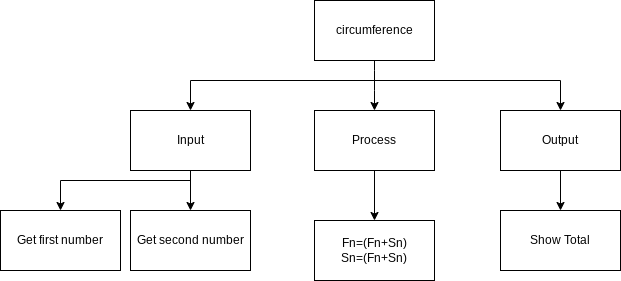
Before: design/top_down.png, a diagram exported from draw.io (Emmanuel-Fofeyin/ICS3U-Unit3-01-Python). Source tidied: cells renumbered, new cells last; positions are measured from the earlier drawing's top-left corner, leaving out a move shared by most shapes. Source of this version:
```xml
<mxGraphModel>
  <root>
    <mxCell id="0" />
    <mxCell id="1" parent="0" />
    <mxCell id="2" style="edgeStyle=none;html=1;entryX=0.5;entryY=0;entryDx=0;entryDy=0;" parent="1" edge="1" source="3" target="5">
      <mxGeometry relative="1" as="geometry">
        <Array as="points">
          <mxPoint x="374" y="80" />
        </Array>
      </mxGeometry>
    </mxCell>
    <mxCell id="3" value="circumference" style="rounded=0;whiteSpace=wrap;html=1;" parent="1" vertex="1">
      <mxGeometry x="314" width="120" height="60" as="geometry" />
    </mxCell>
    <mxCell id="4" style="edgeStyle=orthogonalEdgeStyle;rounded=0;html=1;entryX=0.5;entryY=0;entryDx=0;entryDy=0;" parent="1" edge="1" source="5" target="13">
      <mxGeometry relative="1" as="geometry" />
    </mxCell>
    <mxCell id="5" value="Process" style="rounded=0;whiteSpace=wrap;html=1;" parent="1" vertex="1">
      <mxGeometry x="314" y="110" width="120" height="60" as="geometry" />
    </mxCell>
    <mxCell id="6" style="edgeStyle=orthogonalEdgeStyle;rounded=0;html=1;" parent="1" edge="1" source="7" target="14">
      <mxGeometry relative="1" as="geometry" />
    </mxCell>
    <mxCell id="7" value="Output" style="rounded=0;whiteSpace=wrap;html=1;" parent="1" vertex="1">
      <mxGeometry x="500" y="110" width="120" height="60" as="geometry" />
    </mxCell>
    <mxCell id="8" style="edgeStyle=orthogonalEdgeStyle;rounded=0;html=1;entryX=0.5;entryY=0;entryDx=0;entryDy=0;" parent="1" edge="1" source="9" target="12">
      <mxGeometry relative="1" as="geometry" />
    </mxCell>
    <mxCell id="9" value="Input" style="rounded=0;whiteSpace=wrap;html=1;" parent="1" vertex="1">
      <mxGeometry x="130" y="110" width="120" height="60" as="geometry" />
    </mxCell>
    <mxCell id="10" style="edgeStyle=orthogonalEdgeStyle;html=1;entryX=0.5;entryY=0;entryDx=0;entryDy=0;rounded=0;" parent="1" edge="1" target="9">
      <mxGeometry relative="1" as="geometry">
        <mxPoint x="374" y="80" as="sourcePoint" />
      </mxGeometry>
    </mxCell>
    <mxCell id="11" style="edgeStyle=none;html=1;entryX=0.5;entryY=0;entryDx=0;entryDy=0;rounded=0;" parent="1" edge="1" target="7">
      <mxGeometry relative="1" as="geometry">
        <mxPoint x="370" y="80" as="sourcePoint" />
        <Array as="points">
          <mxPoint x="560" y="80" />
        </Array>
      </mxGeometry>
    </mxCell>
    <mxCell id="12" value="Get second number" style="rounded=0;whiteSpace=wrap;html=1;" parent="1" vertex="1">
      <mxGeometry x="130" y="210" width="120" height="60" as="geometry" />
    </mxCell>
    <mxCell id="13" value="Fn=(Fn+Sn)&lt;br&gt;Sn=(Fn+Sn)" style="rounded=0;whiteSpace=wrap;html=1;" parent="1" vertex="1">
      <mxGeometry x="314" y="220" width="120" height="60" as="geometry" />
    </mxCell>
    <mxCell id="14" value="Show Total" style="rounded=0;whiteSpace=wrap;html=1;" parent="1" vertex="1">
      <mxGeometry x="500" y="210" width="120" height="60" as="geometry" />
    </mxCell>
    <mxCell id="15" value="Get first number" style="rounded=0;whiteSpace=wrap;html=1;" parent="1" vertex="1">
      <mxGeometry y="210" width="120" height="60" as="geometry" />
    </mxCell>
    <mxCell id="16" style="edgeStyle=orthogonalEdgeStyle;html=1;entryX=0.5;entryY=0;entryDx=0;entryDy=0;rounded=0;" parent="1" edge="1" target="15">
      <mxGeometry relative="1" as="geometry">
        <mxPoint x="190" y="170" as="sourcePoint" />
        <Array as="points">
          <mxPoint x="190" y="180" />
          <mxPoint x="60" y="180" />
        </Array>
      </mxGeometry>
    </mxCell>
  </root>
</mxGraphModel>
```
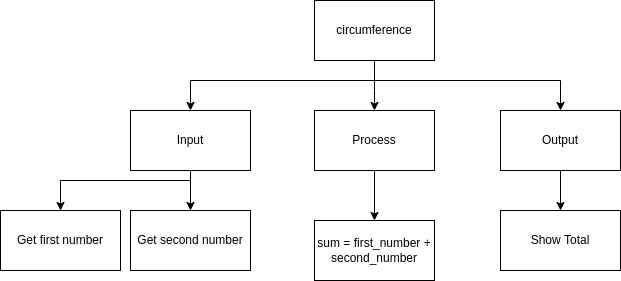
After the commit.

The edit, as a diff of the source:
```diff
@@ -12,7 +12,7 @@
     <mxCell id="3" value="circumference" style="rounded=0;whiteSpace=wrap;html=1;" parent="1" vertex="1">
       <mxGeometry x="314" width="120" height="60" as="geometry" />
     </mxCell>
-    <mxCell id="4" style="edgeStyle=orthogonalEdgeStyle;rounded=0;html=1;entryX=0.5;entryY=0;entryDx=0;entryDy=0;" parent="1" edge="1" source="5" target="13">
+    <mxCell id="4" style="edgeStyle=orthogonalEdgeStyle;rounded=0;html=1;entryX=0.5;entryY=0;entryDx=0;entryDy=0;" parent="1" edge="1" source="5" target="17">
       <mxGeometry relative="1" as="geometry" />
     </mxCell>
     <mxCell id="5" value="Process" style="rounded=0;whiteSpace=wrap;html=1;" parent="1" vertex="1">
@@ -46,9 +46,6 @@
     <mxCell id="12" value="Get second number" style="rounded=0;whiteSpace=wrap;html=1;" parent="1" vertex="1">
       <mxGeometry x="130" y="210" width="120" height="60" as="geometry" />
     </mxCell>
-    <mxCell id="13" value="Fn=(Fn+Sn)&lt;br&gt;Sn=(Fn+Sn)" style="rounded=0;whiteSpace=wrap;html=1;" parent="1" vertex="1">
-      <mxGeometry x="314" y="220" width="120" height="60" as="geometry" />
-    </mxCell>
     <mxCell id="14" value="Show Total" style="rounded=0;whiteSpace=wrap;html=1;" parent="1" vertex="1">
       <mxGeometry x="500" y="210" width="120" height="60" as="geometry" />
     </mxCell>
@@ -64,5 +61,8 @@
         </Array>
       </mxGeometry>
     </mxCell>
+    <mxCell id="17" value="sum = first_number + second_number" style="rounded=0;whiteSpace=wrap;html=1;" parent="1" vertex="1">
+      <mxGeometry x="314" y="220" width="120" height="60" as="geometry" />
+    </mxCell>
   </root>
 </mxGraphModel>
```
